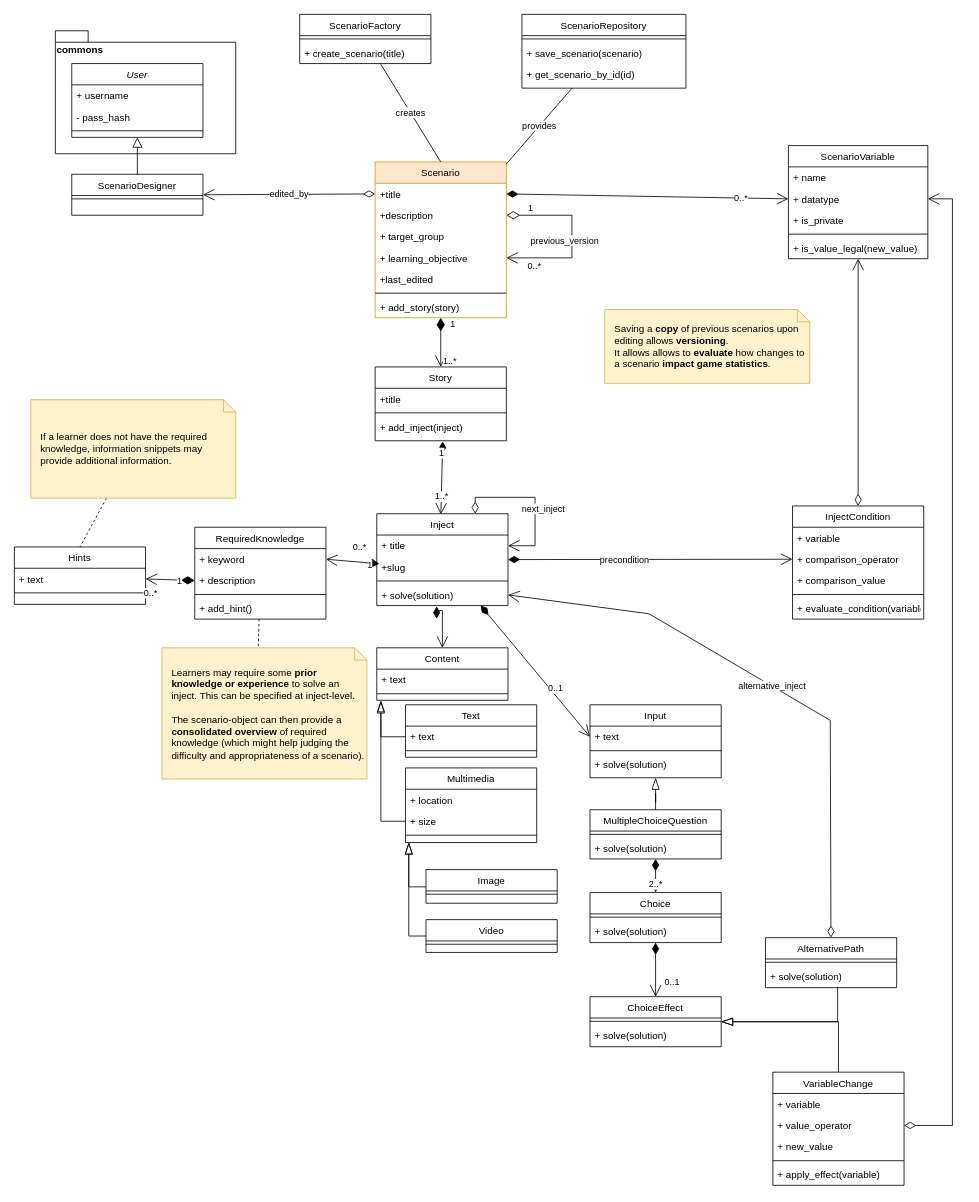
The draw.io diagram page "Scenario_Design" (1 of 10) of artefacts/static_view/class diagram.drawio in Elias-Ladenburger/CSEP, before the edit. Source tidied: cells renumbered, new cells numbered last; positions are measured from the earlier drawing's top-left corner, leaving out a move shared by most shapes. Both pictures are drawn from the tidied source at 82%, with x=0, y=0 at pixel (14, 14).
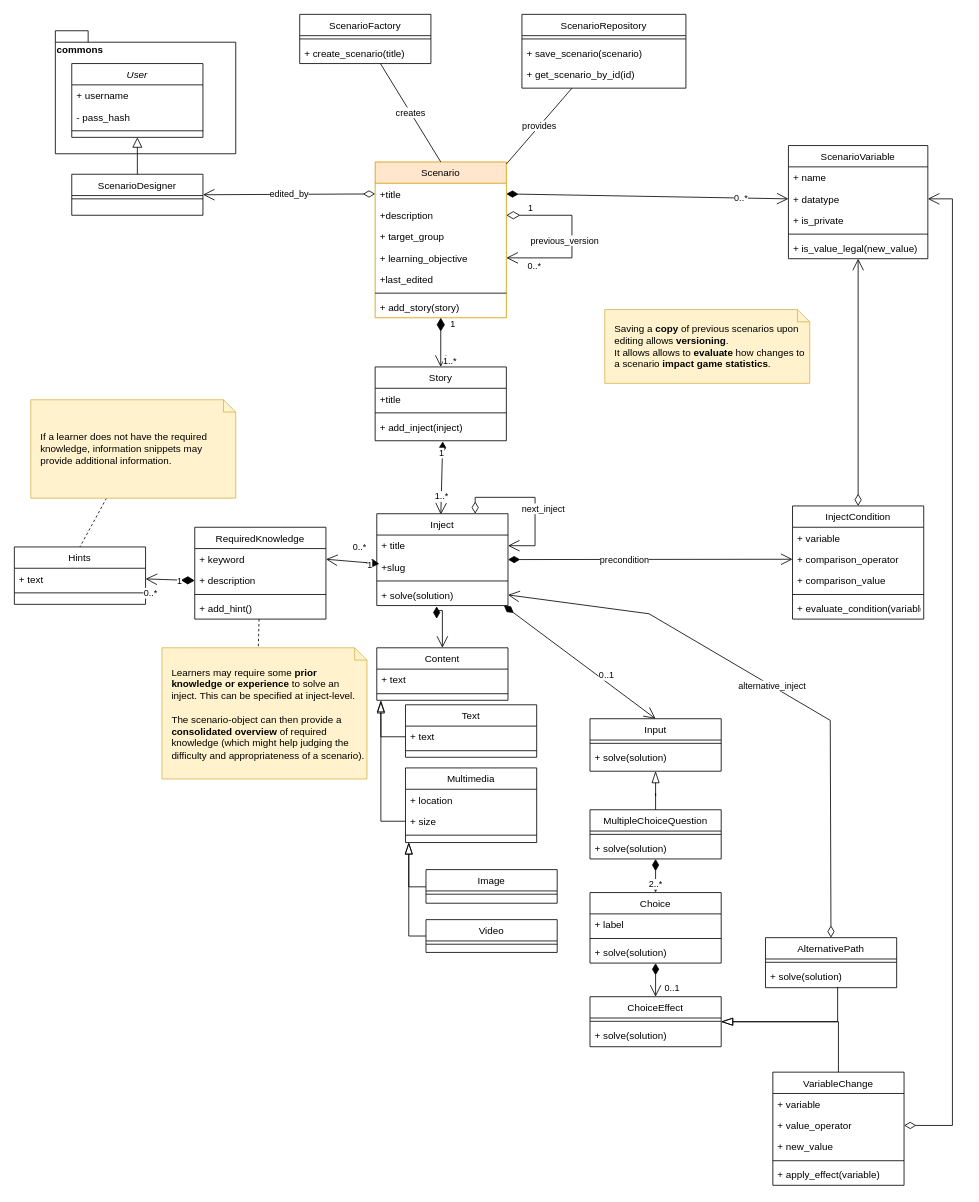
Above is the later version.

Unchanged cells that the change refers to:
```xml
<mxCell id="67" value="Inject" style="swimlane;fontStyle=0;align=center;verticalAlign=top;horizontal=1;startSize=26;rounded=0;shadow=0;strokeWidth=1;" parent="1" vertex="1">
  <mxGeometry x="442" y="609" width="160" height="112" as="geometry" />
</mxCell>
```

The edit, as a diff of the source:
```diff
@@
-    <mxCell id="66" value="0..1" style="rounded=0;jettySize=auto;html=1;entryX=0;entryY=0.5;entryDx=0;entryDy=0;startArrow=diamondThin;startFill=1;endArrow=open;endFill=0;startSize=12;endSize=12;" parent="1" edge="1" source="67" target="98">
+    <mxCell id="66" value="0..1" style="rounded=0;jettySize=auto;html=1;entryX=0.5;entryY=0;entryDx=0;entryDy=0;startArrow=diamondThin;startFill=1;endArrow=open;endFill=0;startSize=12;endSize=12;" parent="1" edge="1" source="67" target="97">
       <mxGeometry x="0.31" y="6" relative="1" as="geometry" />
     </mxCell>
@@
     <mxCell id="87" value="Choice" style="swimlane;fontStyle=0;align=center;verticalAlign=top;horizontal=1;startSize=26;rounded=0;shadow=0;strokeWidth=1;" parent="1" vertex="1">
-      <mxGeometry x="702" y="1071" width="160" height="61" as="geometry" />
+      <mxGeometry x="702" y="1071" width="160" height="86" as="geometry" />
     </mxCell>
+    <mxCell id="98" value="+ label" style="text;align=left;verticalAlign=top;spacingLeft=4;spacingRight=4;overflow=hidden;points=[[0,0.5],[1,0.5]];portConstraint=eastwest;rounded=0;shadow=0;html=0;" parent="87" vertex="1">
+      <mxGeometry y="26" width="160" height="26" as="geometry" />
+    </mxCell>
     <mxCell id="88" style="line;html=1;strokeWidth=1;align=left;verticalAlign=middle;spacingTop=-1;spacingLeft=3;spacingRight=3;labelPosition=right;" parent="87" vertex="1">
-      <mxGeometry y="26" width="160" height="8" as="geometry" />
+      <mxGeometry y="52" width="160" height="8" as="geometry" />
     </mxCell>
     <mxCell id="89" value="+ solve(solution)" style="text;align=left;verticalAlign=top;spacingLeft=4;spacingRight=4;overflow=hidden;rounded=0;shadow=0;html=0;" parent="87" vertex="1">
-      <mxGeometry y="34" width="160" height="26" as="geometry" />
+      <mxGeometry y="60" width="160" height="26" as="geometry" />
     </mxCell>
@@
     <mxCell id="97" value="Input" style="swimlane;fontStyle=0;align=center;verticalAlign=top;horizontal=1;startSize=26;rounded=0;shadow=0;strokeWidth=1;" parent="1" vertex="1">
-      <mxGeometry x="702" y="842" width="160" height="89" as="geometry" />
+      <mxGeometry x="702" y="859" width="160" height="64" as="geometry" />
     </mxCell>
-    <mxCell id="98" value="+ text" style="text;align=left;verticalAlign=top;spacingLeft=4;spacingRight=4;overflow=hidden;points=[[0,0.5],[1,0.5]];portConstraint=eastwest;rounded=0;shadow=0;html=0;" parent="97" vertex="1">
-      <mxGeometry y="26" width="160" height="26" as="geometry" />
-    </mxCell>
     <mxCell id="99" style="line;html=1;strokeWidth=1;align=left;verticalAlign=middle;spacingTop=-1;spacingLeft=3;spacingRight=3;labelPosition=right;" parent="97" vertex="1">
-      <mxGeometry y="52" width="160" height="8" as="geometry" />
+      <mxGeometry y="26" width="160" height="8" as="geometry" />
     </mxCell>
     <mxCell id="100" value="+ solve(solution)" style="text;align=left;verticalAlign=top;spacingLeft=4;spacingRight=4;overflow=hidden;rounded=0;shadow=0;html=0;" parent="97" vertex="1">
-      <mxGeometry y="60" width="160" height="26" as="geometry" />
+      <mxGeometry y="34" width="160" height="26" as="geometry" />
     </mxCell>
```
